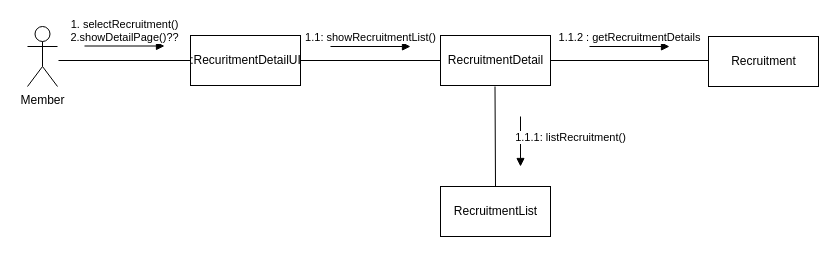
This is B981008_김미래/채용상세정보페이지제공.drawio from FinancialWorld16/SE_TEAM, a draw.io file, before an edit. Source tidied: cells renumbered, new cells numbered last; positions are measured from the earlier drawing's top-left corner, leaving out a move shared by most shapes. Both pictures are drawn from the tidied source at 100%, with x=0, y=0 at pixel (27, 26).
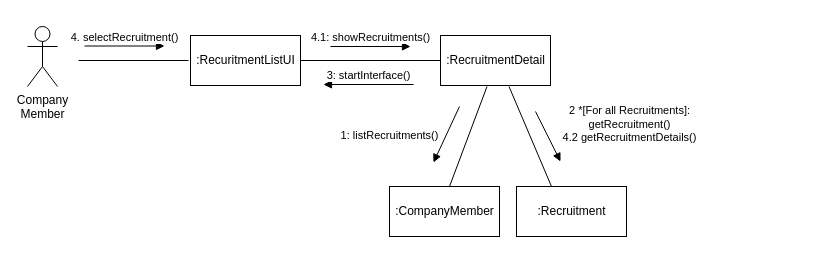
Above is the later version.

The edit, as a diff of the source:
```diff
@@
-    <mxCell id="2" value="Member" style="shape=umlActor;verticalLabelPosition=bottom;verticalAlign=top;html=1;" parent="1" vertex="1">
+    <mxCell id="2" value="Company&lt;br&gt;Member" style="shape=umlActor;verticalLabelPosition=bottom;verticalAlign=top;html=1;" parent="1" vertex="1">
       <mxGeometry width="30" height="60" as="geometry" />
     </mxCell>
-    <mxCell id="3" value=":RecuritmentDetailUI" style="html=1;" parent="1" vertex="1">
+    <mxCell id="3" value=":RecuritmentListUI" style="html=1;" parent="1" vertex="1">
       <mxGeometry x="163" y="9" width="110" height="50" as="geometry" />
     </mxCell>
-    <mxCell id="4" value="1. selectRecruitment()&lt;br&gt;2.showDetailPage()??" style="html=1;verticalAlign=bottom;endArrow=block;rounded=0;" parent="1" edge="1">
+    <mxCell id="4" value="4. selectRecruitment()" style="html=1;verticalAlign=bottom;endArrow=block;rounded=0;" parent="1" edge="1">
       <mxGeometry relative="1" as="geometry">
         <mxPoint x="57" y="19.5" as="sourcePoint" />
         <mxPoint x="137" y="19.5" as="targetPoint" />
       </mxGeometry>
     </mxCell>
     <mxCell id="5" style="line;strokeWidth=1;fillColor=none;align=left;verticalAlign=middle;spacingTop=-1;spacingLeft=3;spacingRight=3;labelPosition=right;" parent="1" vertex="1">
-      <mxGeometry x="31" y="30" width="132" height="8" as="geometry" />
+      <mxGeometry x="51" y="30" width="110" height="8" as="geometry" />
     </mxCell>
-    <mxCell id="6" value="RecruitmentDetail" style="html=1;" parent="1" vertex="1">
+    <mxCell id="6" value=":RecruitmentDetail" style="html=1;" parent="1" vertex="1">
       <mxGeometry x="413" y="9" width="110" height="50" as="geometry" />
     </mxCell>
@@
-    <mxCell id="8" value="RecruitmentList" style="html=1;" parent="1" vertex="1">
-      <mxGeometry x="413" y="160" width="110" height="50" as="geometry" />
+    <mxCell id="8" value=":CompanyMember" style="html=1;" parent="1" vertex="1">
+      <mxGeometry x="362" y="160" width="110" height="50" as="geometry" />
     </mxCell>
-    <mxCell id="9" value="Recruitment" style="html=1;" parent="1" vertex="1">
-      <mxGeometry x="681" y="10" width="110" height="50" as="geometry" />
-    </mxCell>
-    <mxCell id="10" value="1.1: showRecruitmentList()" style="html=1;verticalAlign=bottom;endArrow=block;rounded=0;" parent="1" edge="1">
+    <mxCell id="10" value="4.1: showRecruitments()" style="html=1;verticalAlign=bottom;endArrow=block;rounded=0;" parent="1" edge="1">
       <mxGeometry relative="1" as="geometry">
         <mxPoint x="303" y="20" as="sourcePoint" />
         <mxPoint x="383" y="20" as="targetPoint" />
       </mxGeometry>
     </mxCell>
-    <mxCell id="11" value="1.1.1: listRecruitment()" style="html=1;verticalAlign=bottom;endArrow=block;rounded=0;" parent="1" edge="1">
-      <mxGeometry x="0.2" y="50" relative="1" as="geometry">
-        <mxPoint x="493" y="90" as="sourcePoint" />
-        <mxPoint x="493" y="140" as="targetPoint" />
+    <mxCell id="11" value="1: listRecruitments()" style="html=1;verticalAlign=bottom;endArrow=block;rounded=0;" parent="1" edge="1">
+      <mxGeometry x="1" y="-47" relative="1" as="geometry">
+        <mxPoint x="432" y="80" as="sourcePoint" />
+        <mxPoint x="406" y="136" as="targetPoint" />
+        <mxPoint x="-1" y="2" as="offset" />
       </mxGeometry>
     </mxCell>
-    <mxCell id="12" style="endArrow=none;html=1;rounded=0;exitX=0.5;exitY=0;exitDx=0;exitDy=0;" parent="1" edge="1" source="8">
+    <mxCell id="12" style="endArrow=none;html=1;rounded=0;exitX=0.5;exitY=0;exitDx=0;exitDy=0;" parent="1" edge="1">
       <mxGeometry relative="1" as="geometry">
-        <mxPoint x="467.5" y="60" as="targetPoint" />
+        <mxPoint x="422" y="160" as="sourcePoint" />
+        <mxPoint x="459.5" y="60" as="targetPoint" />
       </mxGeometry>
     </mxCell>
-    <mxCell id="13" style="line;strokeWidth=1;fillColor=none;align=left;verticalAlign=middle;spacingTop=-1;spacingLeft=3;spacingRight=3;labelPosition=right;" parent="1" vertex="1">
-      <mxGeometry x="523" y="30" width="158" height="8" as="geometry" />
-    </mxCell>
-    <mxCell id="14" value="1.1.2 : getRecruitmentDetails" style="html=1;verticalAlign=bottom;endArrow=block;rounded=0;" parent="1" edge="1">
-      <mxGeometry relative="1" as="geometry">
-        <mxPoint x="562" y="20" as="sourcePoint" />
-        <mxPoint x="642" y="20" as="targetPoint" />
-        <Array as="points">
-          <mxPoint x="635" y="20" />
-        </Array>
-      </mxGeometry>
-    </mxCell>
+    <mxCell id="15" value="3: startInterface()" style="html=1;verticalAlign=bottom;endArrow=block;rounded=0;entryX=0.9;entryY=0.82;entryDx=0;entryDy=0;entryPerimeter=0;" parent="1" edge="1">
+      <mxGeometry relative="1" as="geometry">
+        <mxPoint x="386" y="58" as="sourcePoint" />
+        <mxPoint x="296" y="58" as="targetPoint" />
+      </mxGeometry>
+    </mxCell>
+    <mxCell id="16" style="endArrow=none;html=1;rounded=0;" parent="1" edge="1">
+      <mxGeometry relative="1" as="geometry">
+        <mxPoint x="524" y="160" as="sourcePoint" />
+        <mxPoint x="481.5" y="60" as="targetPoint" />
+      </mxGeometry>
+    </mxCell>
+    <mxCell id="17" value=":Recruitment" style="html=1;" parent="1" vertex="1">
+      <mxGeometry x="489" y="160" width="110" height="50" as="geometry" />
+    </mxCell>
+    <mxCell id="18" value="2 *[For all Recruitments]:&lt;br&gt;getRecruitment()&lt;br&gt;4.2 getRecruitmentDetails()" style="html=1;verticalAlign=bottom;endArrow=block;rounded=0;" parent="1" edge="1">
+      <mxGeometry x="1" y="71" relative="1" as="geometry">
+        <mxPoint x="508" y="85" as="sourcePoint" />
+        <mxPoint x="533" y="135" as="targetPoint" />
+        <mxPoint x="5" y="17" as="offset" />
+      </mxGeometry>
+    </mxCell>
```
